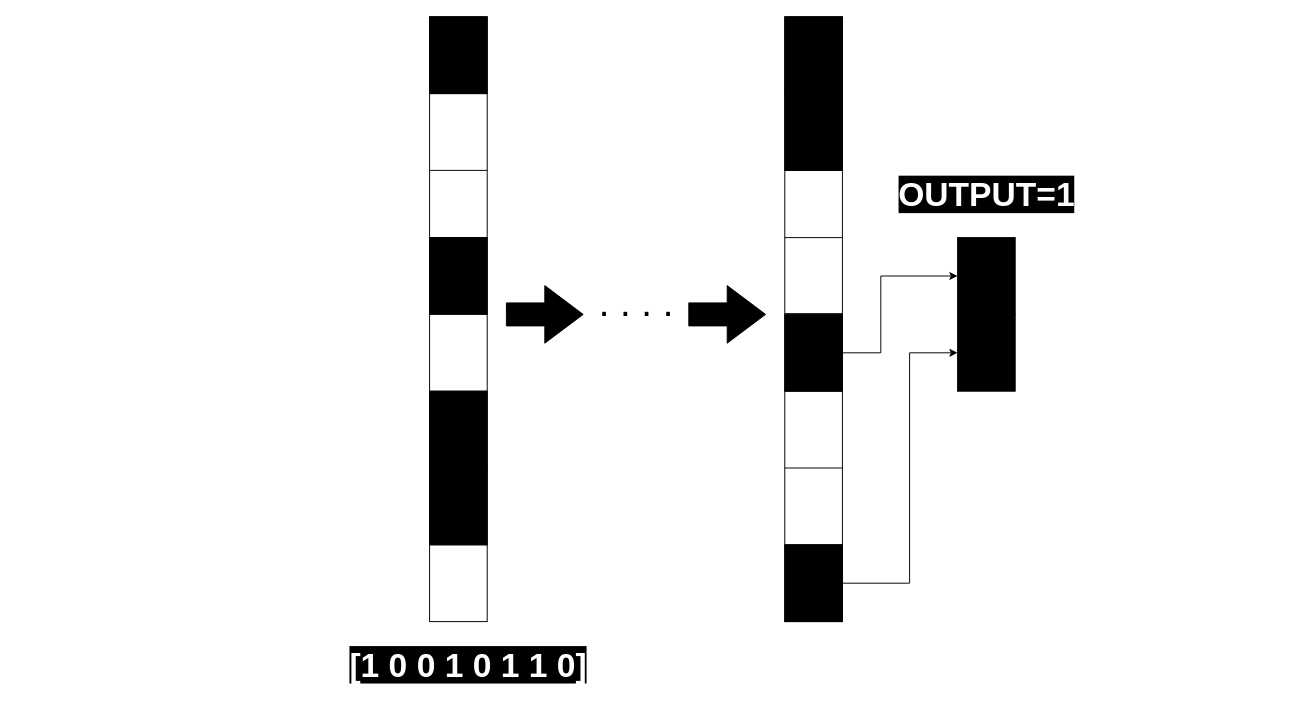
Earlier version of the draw.io diagram bit logic.drawio (m4hdiattar/Mahdi-Attar). Source tidied: cells renumbered, new cells numbered last; positions are measured from the earlier drawing's top-left corner, leaving out a move shared by most shapes. Both pictures are drawn from the tidied source at 96%, with x=0, y=0 at pixel (343, 16).
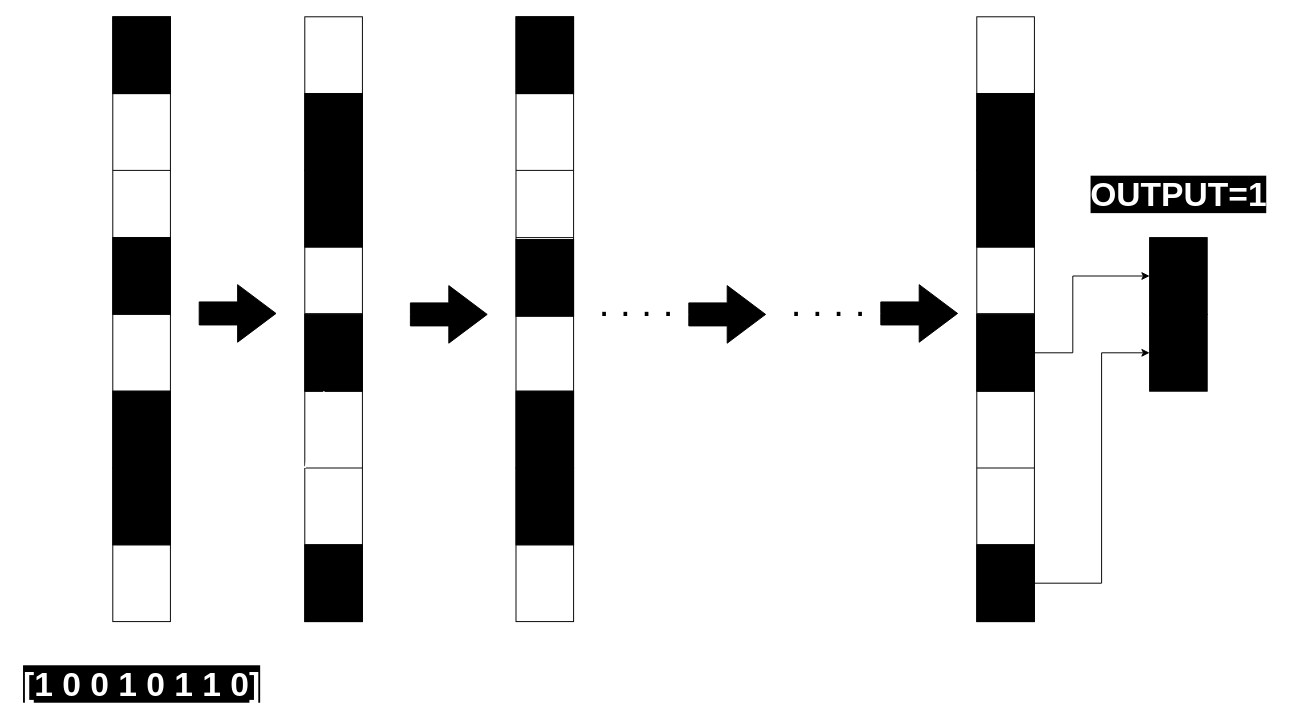
The same diagram, later.

Unchanged cells that the change refers to:
```xml
<mxCell id="23" style="rounded=0;whiteSpace=wrap;html=1;fillColor=#000000;" parent="12" vertex="1">
  <mxGeometry y="550" width="60" height="80" as="geometry" />
</mxCell>
<mxCell id="24" style="rounded=0;whiteSpace=wrap;html=1;fillColor=#000000;" parent="12" vertex="1">
  <mxGeometry y="310" width="60" height="80" as="geometry" />
</mxCell>
<mxCell id="36" style="rounded=0;whiteSpace=wrap;html=1;fillColor=#000000;" parent="35" vertex="1">
  <mxGeometry width="60" height="80" as="geometry" />
</mxCell>
<mxCell id="37" style="rounded=0;whiteSpace=wrap;html=1;fillColor=#000000;" parent="35" vertex="1">
  <mxGeometry y="80" width="60" height="80" as="geometry" />
</mxCell>
```

Diff of the diagram source:
```diff
@@
     <mxCell id="2" style="rounded=0;whiteSpace=wrap;html=1;direction=south;" parent="1" vertex="1">
-      <mxGeometry x="90" width="60" height="630" as="geometry" />
+      <mxGeometry x="-240" width="60" height="630" as="geometry" />
     </mxCell>
@@
     <mxCell id="4" style="endArrow=none;html=1;" parent="1" edge="1">
       <mxGeometry relative="1" as="geometry">
-        <mxPoint x="90" y="309.2" as="sourcePoint" />
-        <mxPoint x="150" y="309.2" as="targetPoint" />
+        <mxPoint x="-240" y="309.2" as="sourcePoint" />
+        <mxPoint x="-180" y="309.2" as="targetPoint" />
       </mxGeometry>
     </mxCell>
     <mxCell id="5" style="endArrow=none;html=1;" parent="1" edge="1">
       <mxGeometry relative="1" as="geometry">
-        <mxPoint x="90" y="160" as="sourcePoint" />
-        <mxPoint x="150" y="160" as="targetPoint" />
+        <mxPoint x="-240" y="160" as="sourcePoint" />
+        <mxPoint x="-180" y="160" as="targetPoint" />
       </mxGeometry>
     </mxCell>
     <mxCell id="6" style="endArrow=none;html=1;" parent="1" edge="1">
       <mxGeometry relative="1" as="geometry">
-        <mxPoint x="90" y="470" as="sourcePoint" />
-        <mxPoint x="150" y="470" as="targetPoint" />
+        <mxPoint x="-240" y="470" as="sourcePoint" />
+        <mxPoint x="-180" y="470" as="targetPoint" />
       </mxGeometry>
     </mxCell>
     <mxCell id="7" style="endArrow=none;html=1;" parent="1" edge="1">
       <mxGeometry relative="1" as="geometry">
-        <mxPoint x="90" y="80" as="sourcePoint" />
-        <mxPoint x="150" y="80" as="targetPoint" />
+        <mxPoint x="-240" y="80" as="sourcePoint" />
+        <mxPoint x="-180" y="80" as="targetPoint" />
       </mxGeometry>
     </mxCell>
     <mxCell id="8" style="endArrow=none;html=1;" parent="1" edge="1">
       <mxGeometry relative="1" as="geometry">
-        <mxPoint x="90" y="390" as="sourcePoint" />
-        <mxPoint x="150" y="390" as="targetPoint" />
+        <mxPoint x="-240" y="390" as="sourcePoint" />
+        <mxPoint x="-180" y="390" as="targetPoint" />
       </mxGeometry>
     </mxCell>
     <mxCell id="9" style="endArrow=none;html=1;" parent="1" edge="1">
       <mxGeometry relative="1" as="geometry">
-        <mxPoint x="90" y="550" as="sourcePoint" />
-        <mxPoint x="150" y="550" as="targetPoint" />
+        <mxPoint x="-240" y="550" as="sourcePoint" />
+        <mxPoint x="-180" y="550" as="targetPoint" />
       </mxGeometry>
     </mxCell>
     <mxCell id="10" style="endArrow=none;html=1;" parent="1" edge="1">
       <mxGeometry relative="1" as="geometry">
-        <mxPoint x="90" y="230" as="sourcePoint" />
-        <mxPoint x="150" y="230" as="targetPoint" />
+        <mxPoint x="-240" y="230" as="sourcePoint" />
+        <mxPoint x="-180" y="230" as="targetPoint" />
       </mxGeometry>
     </mxCell>
     <mxCell id="11" style="html=1;shadow=0;dashed=0;align=center;verticalAlign=middle;shape=mxgraph.arrows2.arrow;dy=0.6;dx=40;notch=0;fillColor=#000000;" parent="1" vertex="1">
-      <mxGeometry x="170" y="280" width="80" height="60" as="geometry" />
+      <mxGeometry x="70" y="280" width="80" height="60" as="geometry" />
     </mxCell>
     <mxCell id="12" style="group;" parent="1" vertex="1">
-      <mxGeometry x="460" width="60" height="630" as="geometry" />
+      <mxGeometry x="660" width="60" height="630" as="geometry" />
     </mxCell>
@@
     <mxCell id="22" style="rounded=0;whiteSpace=wrap;html=1;fillColor=#000000;" parent="12" vertex="1">
-      <mxGeometry width="60" height="80" as="geometry" />
+      <mxGeometry y="80" width="60" height="80" as="geometry" />
     </mxCell>
@@
     <mxCell id="25" style="rounded=0;whiteSpace=wrap;html=1;fillColor=#000000;" parent="12" vertex="1">
-      <mxGeometry y="80" width="60" height="80" as="geometry" />
+      <mxGeometry y="160" width="60" height="80" as="geometry" />
     </mxCell>
@@
     <mxCell id="27" style="rounded=0;whiteSpace=wrap;html=1;fillColor=#000000;" parent="1" vertex="1">
-      <mxGeometry x="90" width="60" height="80" as="geometry" />
+      <mxGeometry x="-240" width="60" height="80" as="geometry" />
     </mxCell>
     <mxCell id="28" style="rounded=0;whiteSpace=wrap;html=1;fillColor=#000000;" parent="1" vertex="1">
-      <mxGeometry x="90" y="230" width="60" height="80" as="geometry" />
+      <mxGeometry x="-240" y="230" width="60" height="80" as="geometry" />
     </mxCell>
     <mxCell id="29" style="rounded=0;whiteSpace=wrap;html=1;fillColor=#000000;" parent="1" vertex="1">
-      <mxGeometry x="90" y="390" width="60" height="80" as="geometry" />
+      <mxGeometry x="-240" y="390" width="60" height="80" as="geometry" />
     </mxCell>
     <mxCell id="30" style="rounded=0;whiteSpace=wrap;html=1;fillColor=#000000;" parent="1" vertex="1">
-      <mxGeometry x="90" y="470" width="60" height="80" as="geometry" />
+      <mxGeometry x="-240" y="470" width="60" height="80" as="geometry" />
     </mxCell>
     <mxCell id="31" style="endArrow=none;dashed=1;html=1;dashPattern=1 3;strokeWidth=2;fontColor=#FFFFFF;strokeColor=#FFFFFF;" parent="1" edge="1" target="29">
       <mxGeometry relative="1" as="geometry">
-        <mxPoint x="90" y="470" as="sourcePoint" />
+        <mxPoint x="-240" y="470" as="sourcePoint" />
       </mxGeometry>
     </mxCell>
     <mxCell id="32" style="endArrow=none;html=1;strokeColor=#FFFFFF;fontColor=#FFFFFF;" parent="1" edge="1" target="29">
       <mxGeometry relative="1" as="geometry">
-        <mxPoint x="90" y="470" as="sourcePoint" />
+        <mxPoint x="-240" y="470" as="sourcePoint" />
       </mxGeometry>
     </mxCell>
     <mxCell id="33" value="&lt;font style=&quot;font-size: 35px&quot;&gt;&lt;b style=&quot;background-color: rgb(0 , 0 , 0)&quot;&gt;&lt;font style=&quot;font-size: 35px&quot;&gt;OUTPUT&lt;/font&gt;=1&lt;/b&gt;&lt;/font&gt;" style="text;html=1;align=center;verticalAlign=middle;fontColor=#FFFFFF;" parent="1" vertex="1">
-      <mxGeometry x="570" y="170" width="200" height="30" as="geometry" />
+      <mxGeometry x="770" y="170" width="200" height="30" as="geometry" />
     </mxCell>
@@
     <mxCell id="35" style="group;" parent="1" vertex="1">
-      <mxGeometry x="640" y="230" width="60" height="160" as="geometry" />
+      <mxGeometry x="840" y="230" width="60" height="160" as="geometry" />
     </mxCell>
@@
     <mxCell id="38" style="edgeStyle=orthogonalEdgeStyle;rounded=0;jettySize=auto;html=1;entryX=0;entryY=0.5;entryDx=0;entryDy=0;strokeColor=#000000;fontColor=#FFFFFF;" parent="1" edge="1" source="24" target="36">
       <mxGeometry relative="1" as="geometry">
         <Array as="points">
-          <mxPoint x="560" y="350" />
-          <mxPoint x="560" y="270" />
+          <mxPoint x="760" y="350" />
+          <mxPoint x="760" y="270" />
         </Array>
       </mxGeometry>
     </mxCell>
     <mxCell id="39" style="edgeStyle=orthogonalEdgeStyle;rounded=0;jettySize=auto;html=1;exitX=1;exitY=0.5;exitDx=0;exitDy=0;entryX=0;entryY=0.5;entryDx=0;entryDy=0;strokeColor=#000000;fontColor=#FFFFFF;" parent="1" edge="1" source="23" target="37">
       <mxGeometry relative="1" as="geometry">
         <Array as="points">
-          <mxPoint x="590" y="590" />
-          <mxPoint x="590" y="350" />
+          <mxPoint x="790" y="590" />
+          <mxPoint x="790" y="350" />
         </Array>
       </mxGeometry>
     </mxCell>
     <mxCell id="40" value="&lt;span style=&quot;font-size: 35px ; background-color: rgb(0 , 0 , 0)&quot;&gt;&lt;b&gt;[1 0 0 1 0 1 1 0]&lt;/b&gt;&lt;/span&gt;" style="text;html=1;align=center;verticalAlign=middle;fontColor=#FFFFFF;" parent="1" vertex="1">
-      <mxGeometry y="660" width="260" height="30" as="geometry" />
+      <mxGeometry x="-340" y="680" width="260" height="30" as="geometry" />
     </mxCell>
+    <mxCell id="41" style="rounded=0;whiteSpace=wrap;html=1;direction=south;" parent="1" vertex="1">
+      <mxGeometry x="-40" width="60" height="630" as="geometry" />
+    </mxCell>
+    <mxCell id="42" style="edgeStyle=orthogonalEdgeStyle;rounded=0;orthogonalLoop=1;jettySize=auto;html=1;exitX=1;exitY=0.5;exitDx=0;exitDy=0;" parent="1" edge="1" source="41" target="41">
+      <mxGeometry relative="1" as="geometry" />
+    </mxCell>
+    <mxCell id="43" style="endArrow=none;html=1;" parent="1" edge="1">
+      <mxGeometry relative="1" as="geometry">
+        <mxPoint x="-40" y="309.2" as="sourcePoint" />
+        <mxPoint x="20" y="309.2" as="targetPoint" />
+      </mxGeometry>
+    </mxCell>
+    <mxCell id="44" style="endArrow=none;html=1;" parent="1" edge="1">
+      <mxGeometry relative="1" as="geometry">
+        <mxPoint x="-40" y="160" as="sourcePoint" />
+        <mxPoint x="20" y="160" as="targetPoint" />
+      </mxGeometry>
+    </mxCell>
+    <mxCell id="45" style="endArrow=none;html=1;" parent="1" edge="1">
+      <mxGeometry relative="1" as="geometry">
+        <mxPoint x="-40" y="470" as="sourcePoint" />
+        <mxPoint x="20" y="470" as="targetPoint" />
+      </mxGeometry>
+    </mxCell>
+    <mxCell id="46" style="endArrow=none;html=1;" parent="1" edge="1">
+      <mxGeometry relative="1" as="geometry">
+        <mxPoint x="-40" y="80" as="sourcePoint" />
+        <mxPoint x="20" y="80" as="targetPoint" />
+      </mxGeometry>
+    </mxCell>
+    <mxCell id="47" style="endArrow=none;html=1;" parent="1" edge="1">
+      <mxGeometry relative="1" as="geometry">
+        <mxPoint x="-40" y="390" as="sourcePoint" />
+        <mxPoint x="20" y="390" as="targetPoint" />
+      </mxGeometry>
+    </mxCell>
+    <mxCell id="48" style="endArrow=none;html=1;" parent="1" edge="1">
+      <mxGeometry relative="1" as="geometry">
+        <mxPoint x="-40" y="550" as="sourcePoint" />
+        <mxPoint x="20" y="550" as="targetPoint" />
+      </mxGeometry>
+    </mxCell>
+    <mxCell id="49" style="endArrow=none;html=1;" parent="1" edge="1">
+      <mxGeometry relative="1" as="geometry">
+        <mxPoint x="-40" y="230" as="sourcePoint" />
+        <mxPoint x="20" y="230" as="targetPoint" />
+      </mxGeometry>
+    </mxCell>
+    <mxCell id="50" style="rounded=0;whiteSpace=wrap;html=1;fillColor=#000000;" parent="1" vertex="1">
+      <mxGeometry x="-40" y="80" width="60" height="80" as="geometry" />
+    </mxCell>
+    <mxCell id="51" style="rounded=0;whiteSpace=wrap;html=1;fillColor=#000000;" parent="1" vertex="1">
+      <mxGeometry x="-40" y="160" width="60" height="80" as="geometry" />
+    </mxCell>
+    <mxCell id="52" style="rounded=0;whiteSpace=wrap;html=1;fillColor=#000000;" parent="1" vertex="1">
+      <mxGeometry x="-40" y="310" width="60" height="80" as="geometry" />
+    </mxCell>
+    <mxCell id="53" style="rounded=0;whiteSpace=wrap;html=1;fillColor=#000000;" parent="1" vertex="1">
+      <mxGeometry x="-40" y="550" width="60" height="80" as="geometry" />
+    </mxCell>
+    <mxCell id="54" style="endArrow=none;dashed=1;html=1;dashPattern=1 3;strokeWidth=2;fontColor=#FFFFFF;strokeColor=#FFFFFF;" parent="1" edge="1" target="52">
+      <mxGeometry relative="1" as="geometry">
+        <mxPoint x="-40" y="470" as="sourcePoint" />
+      </mxGeometry>
+    </mxCell>
+    <mxCell id="55" style="endArrow=none;html=1;strokeColor=#FFFFFF;fontColor=#FFFFFF;" parent="1" edge="1" target="52">
+      <mxGeometry relative="1" as="geometry">
+        <mxPoint x="-40" y="470" as="sourcePoint" />
+      </mxGeometry>
+    </mxCell>
+    <mxCell id="56" style="html=1;shadow=0;dashed=0;align=center;verticalAlign=middle;shape=mxgraph.arrows2.arrow;dy=0.6;dx=40;notch=0;fillColor=#000000;" parent="1" vertex="1">
+      <mxGeometry x="-150" y="279" width="80" height="60" as="geometry" />
+    </mxCell>
+    <mxCell id="57" style="rounded=0;whiteSpace=wrap;html=1;direction=south;" parent="1" vertex="1">
+      <mxGeometry x="180" width="60" height="630" as="geometry" />
+    </mxCell>
+    <mxCell id="58" style="edgeStyle=orthogonalEdgeStyle;rounded=0;orthogonalLoop=1;jettySize=auto;html=1;exitX=1;exitY=0.5;exitDx=0;exitDy=0;" parent="1" edge="1" source="57" target="57">
+      <mxGeometry relative="1" as="geometry" />
+    </mxCell>
+    <mxCell id="59" style="endArrow=none;html=1;" parent="1" edge="1">
+      <mxGeometry relative="1" as="geometry">
+        <mxPoint x="180" y="309.2" as="sourcePoint" />
+        <mxPoint x="240" y="309.2" as="targetPoint" />
+      </mxGeometry>
+    </mxCell>
+    <mxCell id="60" style="endArrow=none;html=1;" parent="1" edge="1">
+      <mxGeometry relative="1" as="geometry">
+        <mxPoint x="180" y="160" as="sourcePoint" />
+        <mxPoint x="240" y="160" as="targetPoint" />
+      </mxGeometry>
+    </mxCell>
+    <mxCell id="61" style="endArrow=none;html=1;" parent="1" edge="1">
+      <mxGeometry relative="1" as="geometry">
+        <mxPoint x="180" y="470" as="sourcePoint" />
+        <mxPoint x="240" y="470" as="targetPoint" />
+      </mxGeometry>
+    </mxCell>
+    <mxCell id="62" style="endArrow=none;html=1;" parent="1" edge="1">
+      <mxGeometry relative="1" as="geometry">
+        <mxPoint x="180" y="80" as="sourcePoint" />
+        <mxPoint x="240" y="80" as="targetPoint" />
+      </mxGeometry>
+    </mxCell>
+    <mxCell id="63" style="endArrow=none;html=1;" parent="1" edge="1">
+      <mxGeometry relative="1" as="geometry">
+        <mxPoint x="180" y="390" as="sourcePoint" />
+        <mxPoint x="240" y="390" as="targetPoint" />
+      </mxGeometry>
+    </mxCell>
+    <mxCell id="64" style="endArrow=none;html=1;" parent="1" edge="1">
+      <mxGeometry relative="1" as="geometry">
+        <mxPoint x="180" y="550" as="sourcePoint" />
+        <mxPoint x="240" y="550" as="targetPoint" />
+      </mxGeometry>
+    </mxCell>
+    <mxCell id="65" style="endArrow=none;html=1;" parent="1" edge="1">
+      <mxGeometry relative="1" as="geometry">
+        <mxPoint x="180" y="230" as="sourcePoint" />
+        <mxPoint x="240" y="230" as="targetPoint" />
+      </mxGeometry>
+    </mxCell>
+    <mxCell id="66" style="rounded=0;whiteSpace=wrap;html=1;fillColor=#000000;" parent="1" vertex="1">
+      <mxGeometry x="180" width="60" height="80" as="geometry" />
+    </mxCell>
+    <mxCell id="67" style="rounded=0;whiteSpace=wrap;html=1;fillColor=#000000;" parent="1" vertex="1">
+      <mxGeometry x="180" y="232" width="60" height="80" as="geometry" />
+    </mxCell>
+    <mxCell id="68" style="rounded=0;whiteSpace=wrap;html=1;fillColor=#000000;" parent="1" vertex="1">
+      <mxGeometry x="180" y="390" width="60" height="80" as="geometry" />
+    </mxCell>
+    <mxCell id="69" style="rounded=0;whiteSpace=wrap;html=1;fillColor=#000000;" parent="1" vertex="1">
+      <mxGeometry x="180" y="470" width="60" height="80" as="geometry" />
+    </mxCell>
+    <mxCell id="70" style="endArrow=none;dashed=1;html=1;dashPattern=1 3;strokeWidth=2;fontColor=#FFFFFF;strokeColor=#FFFFFF;" parent="1" edge="1" target="68">
+      <mxGeometry relative="1" as="geometry">
+        <mxPoint x="180" y="470" as="sourcePoint" />
+      </mxGeometry>
+    </mxCell>
+    <mxCell id="71" style="endArrow=none;html=1;strokeColor=#FFFFFF;fontColor=#FFFFFF;" parent="1" edge="1" target="68">
+      <mxGeometry relative="1" as="geometry">
+        <mxPoint x="180" y="470" as="sourcePoint" />
+      </mxGeometry>
+    </mxCell>
+    <mxCell id="72" value="&lt;font style=&quot;font-size: 40px&quot;&gt;. . . .&lt;/font&gt;" style="text;html=1;align=center;verticalAlign=middle;" parent="1" vertex="1">
+      <mxGeometry x="460" y="282" width="90" height="30" as="geometry" />
+    </mxCell>
+    <mxCell id="73" style="html=1;shadow=0;dashed=0;align=center;verticalAlign=middle;shape=mxgraph.arrows2.arrow;dy=0.6;dx=40;notch=0;fillColor=#000000;" parent="1" vertex="1">
+      <mxGeometry x="560" y="279" width="80" height="60" as="geometry" />
+    </mxCell>
```
